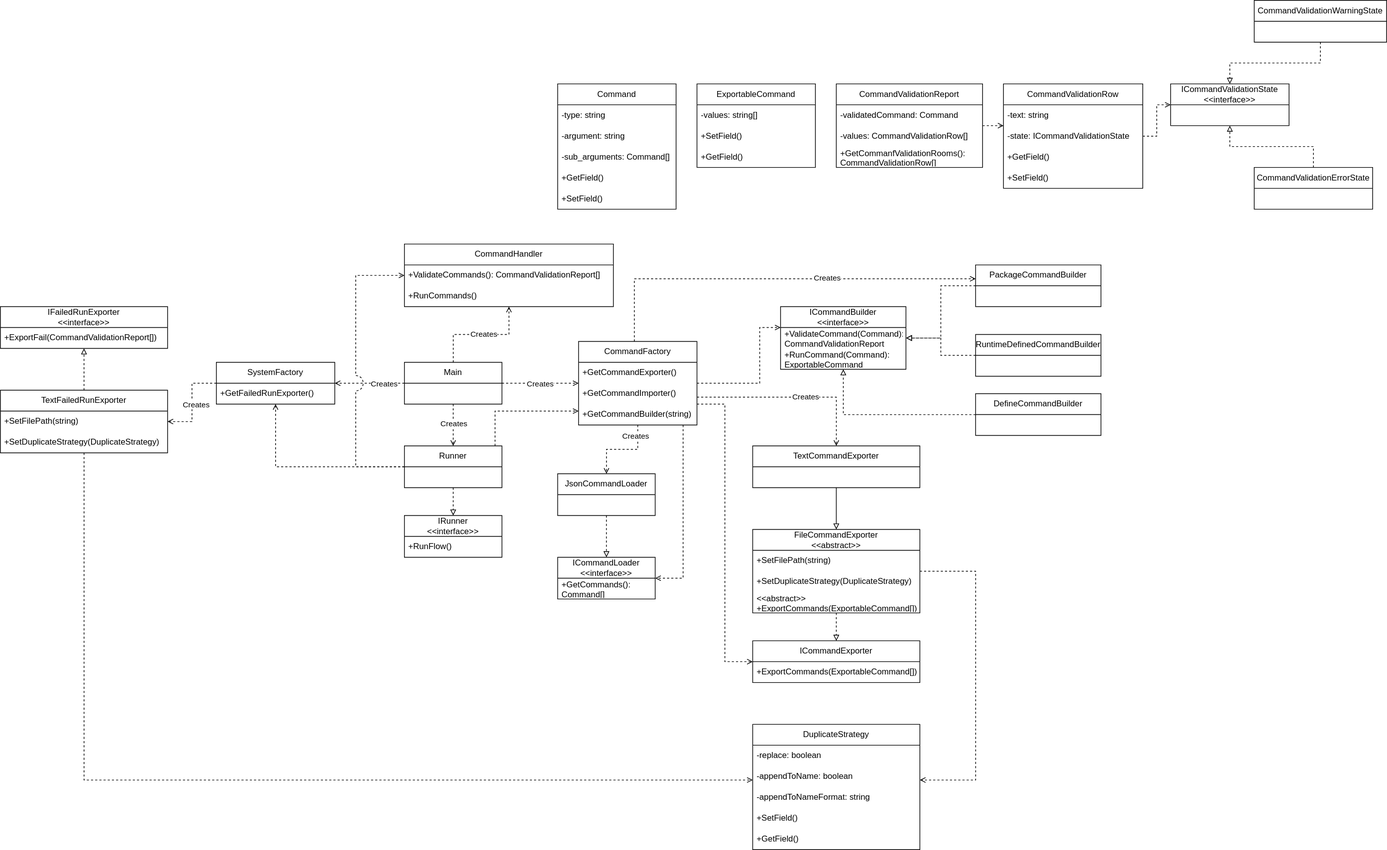
Before: InstallScriptGenerator/uml-class diagram.svg, a diagram exported from draw.io (oldmartijntje/arch-installer). Source tidied: cells renumbered, new cells last; positions are measured from the earlier drawing's top-left corner, leaving out a move shared by most shapes.
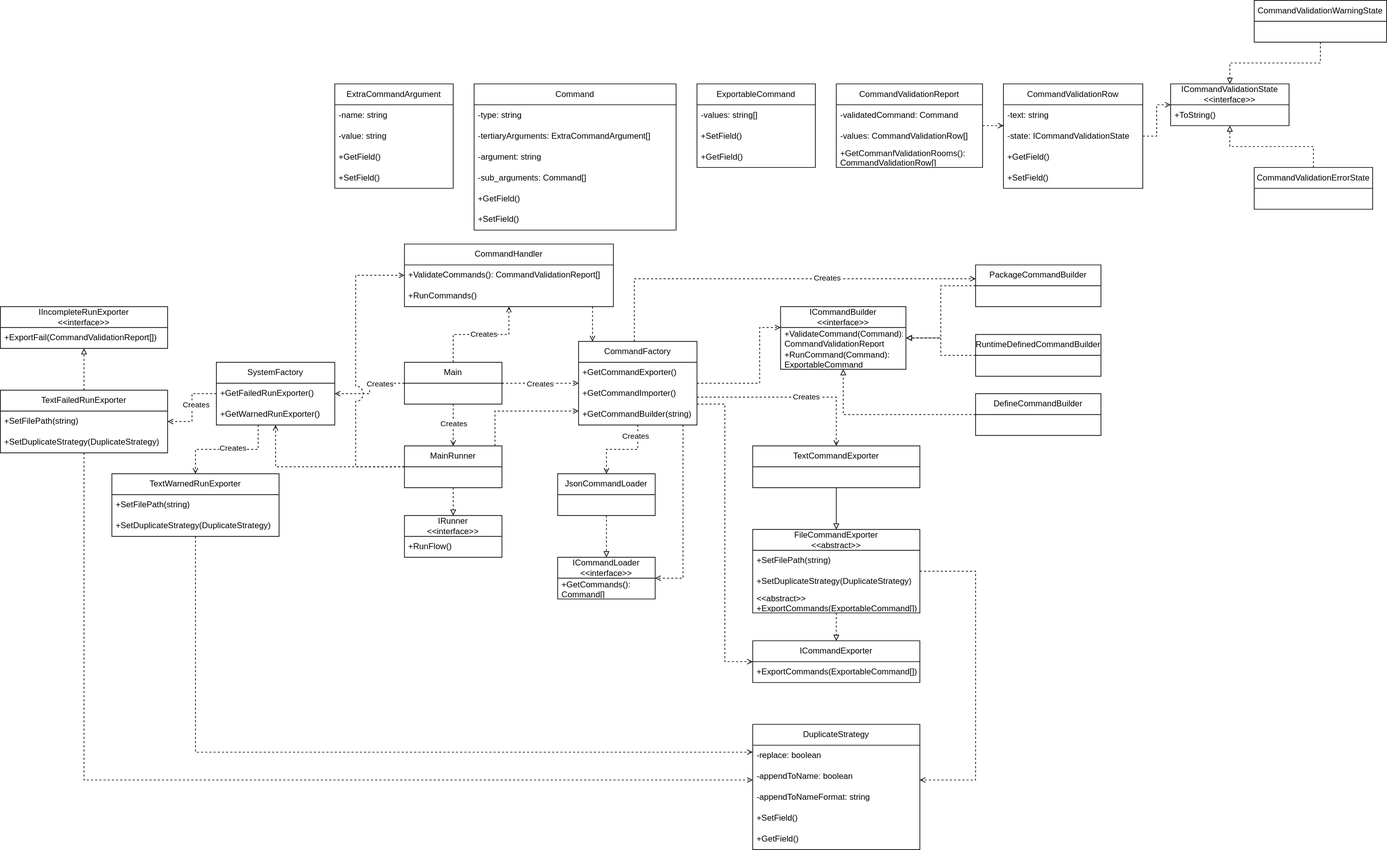
The same diagram one commit later.

Diff of the diagram source:
```diff
@@ -46,22 +46,25 @@
       <mxGeometry x="800" y="680" width="140" height="60" as="geometry" />
     </mxCell>
     <mxCell id="15" value="Command" style="swimlane;fontStyle=0;horizontal=1;startSize=30;whiteSpace=wrap;html=1;" parent="1" vertex="1">
-      <mxGeometry x="800" y="120" width="170" height="180" as="geometry" />
+      <mxGeometry x="680" y="120" width="290" height="210" as="geometry" />
     </mxCell>
     <mxCell id="16" value="-type: string" style="text;strokeColor=none;fillColor=none;align=left;verticalAlign=middle;spacingLeft=4;spacingRight=4;overflow=hidden;whiteSpace=wrap;html=1;" parent="15" vertex="1">
-      <mxGeometry y="30" width="170" height="30" as="geometry" />
+      <mxGeometry y="30" width="290" height="30" as="geometry" />
     </mxCell>
+    <mxCell id="100" value="-tertiaryArguments:&amp;nbsp;ExtraCommandArgument[]" style="text;strokeColor=none;fillColor=none;align=left;verticalAlign=middle;spacingLeft=4;spacingRight=4;overflow=hidden;whiteSpace=wrap;html=1;" parent="15" vertex="1">
+      <mxGeometry y="60" width="290" height="30" as="geometry" />
+    </mxCell>
     <mxCell id="17" value="-argument: string" style="text;strokeColor=none;fillColor=none;align=left;verticalAlign=middle;spacingLeft=4;spacingRight=4;overflow=hidden;whiteSpace=wrap;html=1;" parent="15" vertex="1">
-      <mxGeometry y="60" width="170" height="30" as="geometry" />
+      <mxGeometry y="90" width="290" height="30" as="geometry" />
     </mxCell>
     <mxCell id="18" value="-sub_arguments: Command[]" style="text;strokeColor=none;fillColor=none;align=left;verticalAlign=middle;spacingLeft=4;spacingRight=4;overflow=hidden;whiteSpace=wrap;html=1;" parent="15" vertex="1">
-      <mxGeometry y="90" width="170" height="30" as="geometry" />
+      <mxGeometry y="120" width="290" height="30" as="geometry" />
     </mxCell>
     <mxCell id="19" value="+GetField()" style="text;strokeColor=none;fillColor=none;align=left;verticalAlign=middle;spacingLeft=4;spacingRight=4;overflow=hidden;whiteSpace=wrap;html=1;" parent="15" vertex="1">
-      <mxGeometry y="120" width="170" height="30" as="geometry" />
+      <mxGeometry y="150" width="290" height="30" as="geometry" />
     </mxCell>
     <mxCell id="20" value="+SetField()" style="text;strokeColor=none;fillColor=none;align=left;verticalAlign=middle;spacingLeft=4;spacingRight=4;overflow=hidden;whiteSpace=wrap;html=1;" parent="15" vertex="1">
-      <mxGeometry y="150" width="170" height="30" as="geometry" />
+      <mxGeometry y="180" width="290" height="30" as="geometry" />
     </mxCell>
     <mxCell id="21" style="edgeStyle=orthogonalEdgeStyle;rounded=0;jettySize=auto;html=1;endArrow=open;endFill=0;dashed=1;" parent="1" edge="1" source="30" target="34">
       <mxGeometry relative="1" as="geometry">
@@ -137,6 +140,14 @@
     <mxCell id="36" value="+RunCommand(Command): ExportableCommand" style="text;strokeColor=none;fillColor=none;align=left;verticalAlign=middle;spacingLeft=4;spacingRight=4;overflow=hidden;whiteSpace=wrap;html=1;" parent="34" vertex="1">
       <mxGeometry y="60" width="180" height="30" as="geometry" />
     </mxCell>
+    <mxCell id="101" style="edgeStyle=orthogonalEdgeStyle;rounded=0;jettySize=auto;html=1;dashed=1;endArrow=open;endFill=0;" parent="1" edge="1" source="37" target="30">
+      <mxGeometry relative="1" as="geometry">
+        <Array as="points">
+          <mxPoint x="850" y="460" />
+          <mxPoint x="850" y="460" />
+        </Array>
+      </mxGeometry>
+    </mxCell>
     <mxCell id="37" value="CommandHandler" style="swimlane;fontStyle=0;horizontal=1;startSize=30;whiteSpace=wrap;html=1;" parent="1" vertex="1">
       <mxGeometry x="580" y="350" width="300" height="90" as="geometry" />
     </mxCell>
@@ -270,6 +281,9 @@
     <mxCell id="77" value="ICommandValidationState&lt;br&gt;&amp;lt;&amp;lt;interface&amp;gt;&amp;gt;" style="swimlane;fontStyle=0;horizontal=1;startSize=30;whiteSpace=wrap;html=1;" parent="1" vertex="1">
       <mxGeometry x="1680" y="120" width="170" height="60" as="geometry" />
     </mxCell>
+    <mxCell id="102" value="+ToString()" style="text;strokeColor=none;fillColor=none;align=left;verticalAlign=middle;spacingLeft=4;spacingRight=4;overflow=hidden;whiteSpace=wrap;html=1;" parent="77" vertex="1">
+      <mxGeometry y="30" width="170" height="30" as="geometry" />
+    </mxCell>
     <mxCell id="78" style="edgeStyle=orthogonalEdgeStyle;rounded=0;jettySize=auto;html=1;dashed=1;endArrow=block;endFill=0;" parent="1" edge="1" source="79" target="77">
       <mxGeometry relative="1" as="geometry" />
     </mxCell>
@@ -285,12 +299,26 @@
     <mxCell id="82" style="edgeStyle=orthogonalEdgeStyle;rounded=0;jettySize=auto;html=1;dashed=1;endArrow=open;endFill=0;" parent="1" edge="1" source="83" target="96">
       <mxGeometry relative="1" as="geometry" />
     </mxCell>
+    <mxCell id="103" style="edgeStyle=orthogonalEdgeStyle;rounded=0;jettySize=auto;html=1;dashed=1;endArrow=open;endFill=0;" parent="1" edge="1" source="83" target="107">
+      <mxGeometry relative="1" as="geometry">
+        <Array as="points">
+          <mxPoint x="370" y="645" />
+          <mxPoint x="280" y="645" />
+        </Array>
+      </mxGeometry>
+    </mxCell>
+    <mxCell id="104" value="Creates" style="edgeLabel;html=1;align=center;verticalAlign=middle;" parent="103" vertex="1">
+      <mxGeometry x="-0.1" y="-3" relative="1" as="geometry" />
+    </mxCell>
     <mxCell id="83" value="SystemFactory" style="swimlane;fontStyle=0;horizontal=1;startSize=30;whiteSpace=wrap;html=1;" parent="1" vertex="1">
-      <mxGeometry x="310" y="520" width="170" height="60" as="geometry" />
+      <mxGeometry x="310" y="520" width="170" height="90" as="geometry" />
     </mxCell>
     <mxCell id="84" value="+GetFailedRunExporter()" style="text;strokeColor=none;fillColor=none;align=left;verticalAlign=middle;spacingLeft=4;spacingRight=4;overflow=hidden;whiteSpace=wrap;html=1;" parent="83" vertex="1">
       <mxGeometry y="30" width="170" height="30" as="geometry" />
     </mxCell>
+    <mxCell id="105" value="+GetWarnedRunExporter()" style="text;strokeColor=none;fillColor=none;align=left;verticalAlign=middle;spacingLeft=4;spacingRight=4;overflow=hidden;whiteSpace=wrap;html=1;" parent="83" vertex="1">
+      <mxGeometry y="60" width="170" height="30" as="geometry" />
+    </mxCell>
     <mxCell id="85" style="edgeStyle=orthogonalEdgeStyle;rounded=0;jettySize=auto;html=1;dashed=1;endArrow=block;endFill=0;" parent="1" edge="1" source="89" target="90">
       <mxGeometry relative="1" as="geometry" />
     </mxCell>
@@ -312,7 +340,7 @@
         </Array>
       </mxGeometry>
     </mxCell>
-    <mxCell id="89" value="Runner" style="swimlane;fontStyle=0;horizontal=1;startSize=30;whiteSpace=wrap;html=1;" parent="1" vertex="1">
+    <mxCell id="89" value="MainRunner" style="swimlane;fontStyle=0;horizontal=1;startSize=30;whiteSpace=wrap;html=1;" parent="1" vertex="1">
       <mxGeometry x="580" y="640" width="140" height="60" as="geometry" />
     </mxCell>
     <mxCell id="90" value="IRunner&lt;br&gt;&amp;lt;&amp;lt;interface&amp;gt;&amp;gt;" style="swimlane;fontStyle=0;horizontal=1;startSize=30;whiteSpace=wrap;html=1;" parent="1" vertex="1">
@@ -321,7 +349,7 @@
     <mxCell id="91" value="+RunFlow()" style="text;strokeColor=none;fillColor=none;align=left;verticalAlign=middle;spacingLeft=4;spacingRight=4;overflow=hidden;whiteSpace=wrap;html=1;" parent="90" vertex="1">
       <mxGeometry y="30" width="140" height="30" as="geometry" />
     </mxCell>
-    <mxCell id="92" value="IFailedRunExporter&lt;br&gt;&amp;lt;&amp;lt;interface&amp;gt;&amp;gt;" style="swimlane;fontStyle=0;horizontal=1;startSize=30;whiteSpace=wrap;html=1;" parent="1" vertex="1">
+    <mxCell id="92" value="IIncompleteRunExporter&lt;br&gt;&amp;lt;&amp;lt;interface&amp;gt;&amp;gt;" style="swimlane;fontStyle=0;horizontal=1;startSize=30;whiteSpace=wrap;html=1;" parent="1" vertex="1">
       <mxGeometry y="440" width="240" height="60" as="geometry" />
     </mxCell>
     <mxCell id="93" value="+ExportFail(CommandValidationReport[])" style="text;strokeColor=none;fillColor=none;align=left;verticalAlign=middle;spacingLeft=4;spacingRight=4;overflow=hidden;whiteSpace=wrap;html=1;" parent="92" vertex="1">
@@ -349,5 +377,36 @@
     <mxCell id="99" value="Creates" style="edgeLabel;html=1;align=center;verticalAlign=middle;" parent="1" vertex="1">
       <mxGeometry x="280" y="580" as="geometry" />
     </mxCell>
+    <mxCell id="106" style="edgeStyle=orthogonalEdgeStyle;rounded=0;jettySize=auto;html=1;dashed=1;endArrow=open;endFill=0;" parent="1" edge="1" source="107" target="48">
+      <mxGeometry relative="1" as="geometry">
+        <Array as="points">
+          <mxPoint x="280" y="1080" />
+        </Array>
+      </mxGeometry>
+    </mxCell>
+    <mxCell id="107" value="TextWarnedRunExporter" style="swimlane;fontStyle=0;horizontal=1;startSize=30;whiteSpace=wrap;html=1;" parent="1" vertex="1">
+      <mxGeometry x="160" y="680" width="240" height="90" as="geometry" />
+    </mxCell>
+    <mxCell id="108" value="+SetFilePath(string)" style="text;strokeColor=none;fillColor=none;align=left;verticalAlign=middle;spacingLeft=4;spacingRight=4;overflow=hidden;whiteSpace=wrap;html=1;" parent="107" vertex="1">
+      <mxGeometry y="30" width="240" height="30" as="geometry" />
+    </mxCell>
+    <mxCell id="109" value="+SetDuplicateStrategy(DuplicateStrategy)" style="text;strokeColor=none;fillColor=none;align=left;verticalAlign=middle;spacingLeft=4;spacingRight=4;overflow=hidden;whiteSpace=wrap;html=1;" parent="107" vertex="1">
+      <mxGeometry y="60" width="240" height="30" as="geometry" />
+    </mxCell>
+    <mxCell id="110" value="ExtraCommandArgument" style="swimlane;fontStyle=0;horizontal=1;startSize=30;whiteSpace=wrap;html=1;" parent="1" vertex="1">
+      <mxGeometry x="480" y="120" width="170" height="150" as="geometry" />
+    </mxCell>
+    <mxCell id="111" value="-name: string" style="text;strokeColor=none;fillColor=none;align=left;verticalAlign=middle;spacingLeft=4;spacingRight=4;overflow=hidden;whiteSpace=wrap;html=1;" parent="110" vertex="1">
+      <mxGeometry y="30" width="170" height="30" as="geometry" />
+    </mxCell>
+    <mxCell id="112" value="-value: string" style="text;strokeColor=none;fillColor=none;align=left;verticalAlign=middle;spacingLeft=4;spacingRight=4;overflow=hidden;whiteSpace=wrap;html=1;" parent="110" vertex="1">
+      <mxGeometry y="60" width="170" height="30" as="geometry" />
+    </mxCell>
+    <mxCell id="113" value="+GetField()" style="text;strokeColor=none;fillColor=none;align=left;verticalAlign=middle;spacingLeft=4;spacingRight=4;overflow=hidden;whiteSpace=wrap;html=1;" parent="110" vertex="1">
+      <mxGeometry y="90" width="170" height="30" as="geometry" />
+    </mxCell>
+    <mxCell id="114" value="+SetField()" style="text;strokeColor=none;fillColor=none;align=left;verticalAlign=middle;spacingLeft=4;spacingRight=4;overflow=hidden;whiteSpace=wrap;html=1;" parent="110" vertex="1">
+      <mxGeometry y="120" width="170" height="30" as="geometry" />
+    </mxCell>
   </root>
 </mxGraphModel>
```
